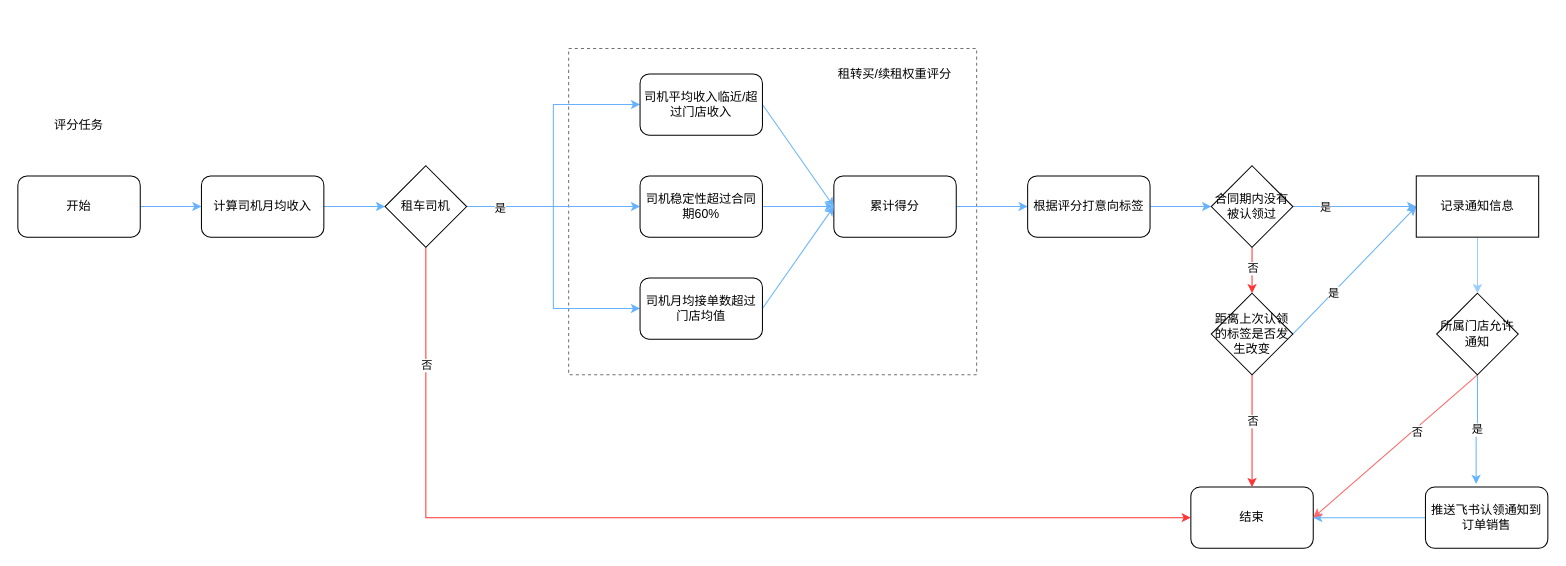
YouAnCao/doc keeps this draw.io diagram as 续租探索.drawio. Above is the earlier version. Source tidied: cells renumbered, new cells numbered last; positions are measured from the earlier drawing's top-left corner, leaving out a move shared by most shapes. Both pictures are drawn from the tidied source at 102%, with x=0, y=0 at pixel (17, 48).
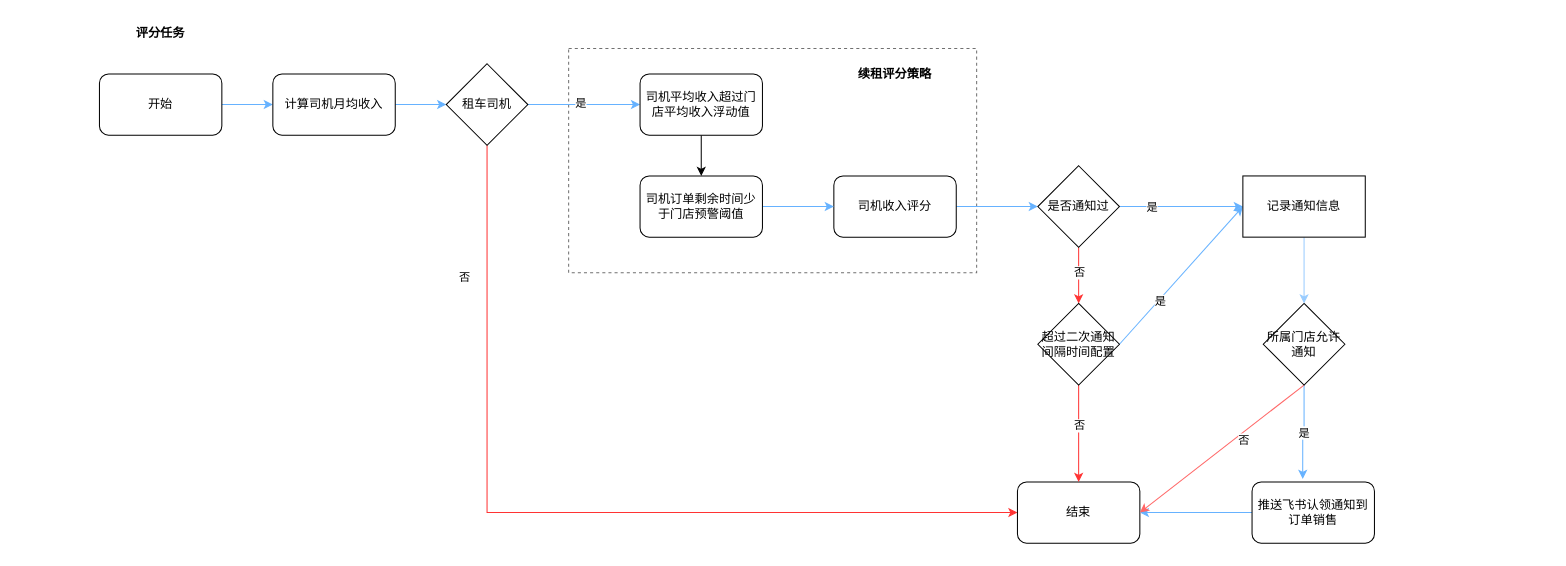
The same diagram, later.

Commit message (it also covers changes not shown here):
更新续租探索.drawio

The change refers to these unchanged cells:
```xml
<mxCell id="7" style="edgeStyle=orthogonalEdgeStyle;rounded=0;jettySize=auto;html=1;exitX=0.5;exitY=1;exitDx=0;exitDy=0;entryX=0;entryY=0.5;entryDx=0;entryDy=0;fillColor=#FF0000;strokeColor=#FF3333;" parent="1" edge="1" source="13" target="14">
  <mxGeometry relative="1" as="geometry" />
</mxCell>
<mxCell id="9" style="edgeStyle=orthogonalEdgeStyle;rounded=0;jettySize=auto;html=1;exitX=1;exitY=0.5;exitDx=0;exitDy=0;entryX=0;entryY=0.5;entryDx=0;entryDy=0;strokeColor=#66B2FF;" parent="1" edge="1" source="13" target="19">
  <mxGeometry relative="1" as="geometry" />
</mxCell>
```

The edit, as a diff of the source:
```diff
@@
     <mxCell id="2" style="rounded=0;whiteSpace=wrap;html=1;dashed=1;strokeColor=#707070;" parent="1" vertex="1">
-      <mxGeometry x="540" width="400" height="320" as="geometry" />
+      <mxGeometry x="540" width="400" height="220" as="geometry" />
     </mxCell>
@@
     <mxCell id="4" value="开始" style="rounded=1;whiteSpace=wrap;html=1;" parent="1" vertex="1">
-      <mxGeometry y="125" width="120" height="60" as="geometry" />
+      <mxGeometry x="80" y="25" width="120" height="60" as="geometry" />
     </mxCell>
@@
     <mxCell id="6" value="计算司机月均收入" style="rounded=1;whiteSpace=wrap;html=1;" parent="1" vertex="1">
-      <mxGeometry x="180" y="125" width="120" height="60" as="geometry" />
+      <mxGeometry x="250" y="25" width="120" height="60" as="geometry" />
     </mxCell>
@@
     <mxCell id="8" value="否" style="edgeLabel;html=1;align=center;verticalAlign=middle;" parent="7" vertex="1">
       <mxGeometry x="-0.26" y="2" relative="1" as="geometry">
-        <mxPoint x="-111" y="-148" as="offset" />
+        <mxPoint x="-25" y="-198" as="offset" />
       </mxGeometry>
     </mxCell>
@@
-    <mxCell id="10" style="edgeStyle=orthogonalEdgeStyle;rounded=0;jettySize=auto;html=1;exitX=1;exitY=0.5;exitDx=0;exitDy=0;entryX=0;entryY=0.5;entryDx=0;entryDy=0;strokeColor=#66B2FF;" parent="1" edge="1" source="13" target="21">
-      <mxGeometry relative="1" as="geometry" />
-    </mxCell>
-    <mxCell id="11" style="edgeStyle=orthogonalEdgeStyle;rounded=0;jettySize=auto;html=1;exitX=1;exitY=0.5;exitDx=0;exitDy=0;entryX=0;entryY=0.5;entryDx=0;entryDy=0;strokeColor=#66B2FF;" parent="1" edge="1" source="13" target="23">
-      <mxGeometry relative="1" as="geometry" />
-    </mxCell>
-    <mxCell id="12" value="是" style="edgeLabel;html=1;align=center;verticalAlign=middle;" parent="11" vertex="1">
-      <mxGeometry x="-0.76" y="-1" relative="1" as="geometry" />
+    <mxCell id="12" value="是" style="edgeLabel;html=1;align=center;verticalAlign=middle;" parent="9" vertex="1">
+      <mxGeometry x="-0.07" y="2" relative="1" as="geometry" />
     </mxCell>
     <mxCell id="13" value="租车司机" style="rhombus;whiteSpace=wrap;html=1;" parent="1" vertex="1">
-      <mxGeometry x="360" y="115" width="80" height="80" as="geometry" />
+      <mxGeometry x="420" y="15" width="80" height="80" as="geometry" />
     </mxCell>
     <mxCell id="14" value="结束" style="rounded=1;whiteSpace=wrap;html=1;" parent="1" vertex="1">
-      <mxGeometry x="1150" y="430" width="120" height="60" as="geometry" />
+      <mxGeometry x="980" y="425" width="120" height="60" as="geometry" />
     </mxCell>
-    <mxCell id="15" value="租转买/续租权重评分" style="text;html=1;strokeColor=none;fillColor=none;align=center;verticalAlign=middle;whiteSpace=wrap;rounded=0;" parent="1" vertex="1">
+    <mxCell id="15" value="&lt;b&gt;续租评分策略&lt;/b&gt;" style="text;html=1;strokeColor=none;fillColor=none;align=center;verticalAlign=middle;whiteSpace=wrap;rounded=0;" parent="1" vertex="1">
       <mxGeometry x="800" y="10" width="120" height="30" as="geometry" />
     </mxCell>
-    <mxCell id="16" style="edgeStyle=orthogonalEdgeStyle;rounded=0;jettySize=auto;html=1;exitX=1;exitY=0.5;exitDx=0;exitDy=0;entryX=0;entryY=0.5;entryDx=0;entryDy=0;strokeColor=#66B2FF;" parent="1" edge="1" source="17" target="25">
+    <mxCell id="16" style="edgeStyle=orthogonalEdgeStyle;rounded=0;jettySize=auto;html=1;exitX=1;exitY=0.5;exitDx=0;exitDy=0;entryX=0;entryY=0.5;entryDx=0;entryDy=0;strokeColor=#66B2FF;" parent="1" edge="1" source="17" target="31">
       <mxGeometry relative="1" as="geometry" />
     </mxCell>
-    <mxCell id="17" value="累计得分" style="rounded=1;whiteSpace=wrap;html=1;" parent="1" vertex="1">
+    <mxCell id="17" value="司机收入评分" style="rounded=1;whiteSpace=wrap;html=1;" parent="1" vertex="1">
       <mxGeometry x="800" y="125" width="120" height="60" as="geometry" />
     </mxCell>
-    <mxCell id="18" style="edgeStyle=none;rounded=0;jettySize=auto;html=1;exitX=1;exitY=0.5;exitDx=0;exitDy=0;entryX=0;entryY=0.5;entryDx=0;entryDy=0;strokeColor=#66B2FF;" parent="1" edge="1" source="19" target="17">
-      <mxGeometry relative="1" as="geometry" />
-    </mxCell>
+    <mxCell id="45" style="edgeStyle=orthogonalEdgeStyle;rounded=0;jettySize=auto;html=1;exitX=0.5;exitY=1;exitDx=0;exitDy=0;entryX=0.5;entryY=0;entryDx=0;entryDy=0;" parent="1" edge="1" source="19" target="21">
+      <mxGeometry relative="1" as="geometry" />
+    </mxCell>
-    <mxCell id="19" value="司机平均收入临近/超过门店收入" style="rounded=1;whiteSpace=wrap;html=1;" parent="1" vertex="1">
+    <mxCell id="19" value="司机平均收入超过门店平均收入浮动值" style="rounded=1;whiteSpace=wrap;html=1;" parent="1" vertex="1">
       <mxGeometry x="610" y="25" width="120" height="60" as="geometry" />
     </mxCell>
@@
-    <mxCell id="21" value="司机稳定性超过合同期60%" style="rounded=1;whiteSpace=wrap;html=1;" parent="1" vertex="1">
+    <mxCell id="21" value="司机订单剩余时间少于门店预警阈值" style="rounded=1;whiteSpace=wrap;html=1;" parent="1" vertex="1">
       <mxGeometry x="610" y="125" width="120" height="60" as="geometry" />
     </mxCell>
-    <mxCell id="22" style="edgeStyle=none;rounded=0;jettySize=auto;html=1;exitX=1;exitY=0.5;exitDx=0;exitDy=0;entryX=0;entryY=0.5;entryDx=0;entryDy=0;strokeColor=#66B2FF;" parent="1" edge="1" source="23" target="17">
-      <mxGeometry relative="1" as="geometry" />
-    </mxCell>
-    <mxCell id="23" value="司机月均接单数超过门店均值" style="rounded=1;whiteSpace=wrap;html=1;" parent="1" vertex="1">
-      <mxGeometry x="610" y="225" width="120" height="60" as="geometry" />
-    </mxCell>
-    <mxCell id="24" style="edgeStyle=orthogonalEdgeStyle;rounded=0;jettySize=auto;html=1;exitX=1;exitY=0.5;exitDx=0;exitDy=0;entryX=0;entryY=0.5;entryDx=0;entryDy=0;strokeColor=#66B2FF;" parent="1" edge="1" source="25" target="31">
-      <mxGeometry relative="1" as="geometry" />
-    </mxCell>
-    <mxCell id="25" value="根据评分打意向标签" style="rounded=1;whiteSpace=wrap;html=1;" parent="1" vertex="1">
-      <mxGeometry x="990" y="125" width="120" height="60" as="geometry" />
-    </mxCell>
-    <mxCell id="26" value="评分任务" style="text;html=1;strokeColor=none;fillColor=none;align=center;verticalAlign=middle;whiteSpace=wrap;rounded=0;" parent="1" vertex="1">
-      <mxGeometry x="30" y="60" width="60" height="30" as="geometry" />
+    <mxCell id="26" value="&lt;b&gt;评分任务&lt;/b&gt;" style="text;html=1;strokeColor=none;fillColor=none;align=center;verticalAlign=middle;whiteSpace=wrap;rounded=0;" parent="1" vertex="1">
+      <mxGeometry x="110" y="-30" width="60" height="30" as="geometry" />
     </mxCell>
@@
-    <mxCell id="31" value="合同期内没有被认领过" style="rhombus;whiteSpace=wrap;html=1;" parent="1" vertex="1">
-      <mxGeometry x="1170" y="115" width="80" height="80" as="geometry" />
+    <mxCell id="31" value="是否通知过" style="rhombus;whiteSpace=wrap;html=1;" parent="1" vertex="1">
+      <mxGeometry x="1000" y="115" width="80" height="80" as="geometry" />
     </mxCell>
@@
-    <mxCell id="36" value="距离上次认领的标签是否发生改变" style="rhombus;whiteSpace=wrap;html=1;" parent="1" vertex="1">
-      <mxGeometry x="1170" y="240" width="80" height="80" as="geometry" />
+    <mxCell id="36" value="超过二次通知间隔时间配置" style="rhombus;whiteSpace=wrap;html=1;" parent="1" vertex="1">
+      <mxGeometry x="1000" y="250" width="80" height="80" as="geometry" />
     </mxCell>
@@
     <mxCell id="38" value="推送飞书认领通知到订单销售" style="rounded=1;whiteSpace=wrap;html=1;" parent="1" vertex="1">
-      <mxGeometry x="1380" y="430" width="120" height="60" as="geometry" />
+      <mxGeometry x="1210" y="425" width="120" height="60" as="geometry" />
     </mxCell>
@@
     <mxCell id="42" value="所属门店允许通知" style="rhombus;whiteSpace=wrap;html=1;" parent="1" vertex="1">
-      <mxGeometry x="1391" y="240" width="80" height="80" as="geometry" />
+      <mxGeometry x="1221" y="250" width="80" height="80" as="geometry" />
     </mxCell>
@@
     <mxCell id="44" value="记录通知信息" style="whiteSpace=wrap;html=1;" parent="1" vertex="1">
-      <mxGeometry x="1371" y="125" width="120" height="60" as="geometry" />
+      <mxGeometry x="1201" y="125" width="120" height="60" as="geometry" />
     </mxCell>
```
